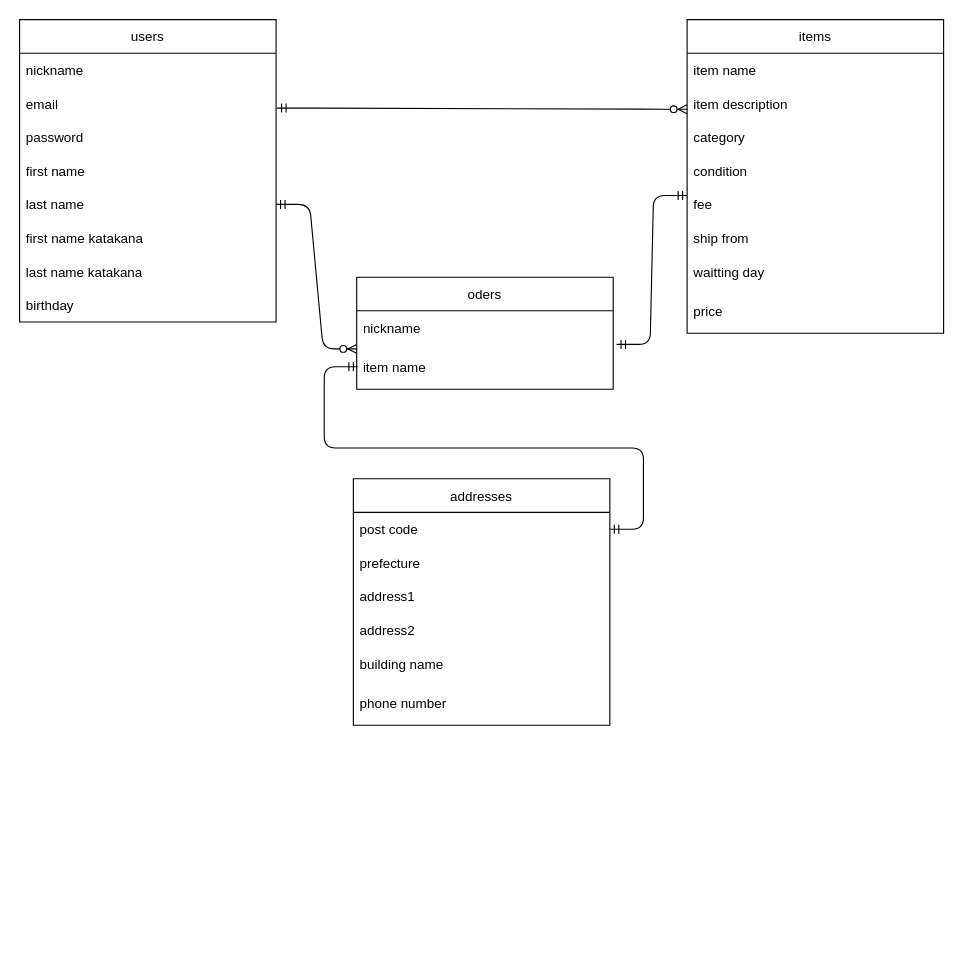
mavel3215/furima-37919 keeps this draw.io diagram as ER drawing.dio. Above is the earlier version. Source tidied: cells renumbered, new cells numbered last; positions are measured from the earlier drawing's top-left corner, leaving out a move shared by most shapes. Both pictures are drawn from the tidied source at 112%, with x=0, y=0 at pixel (19, 19).
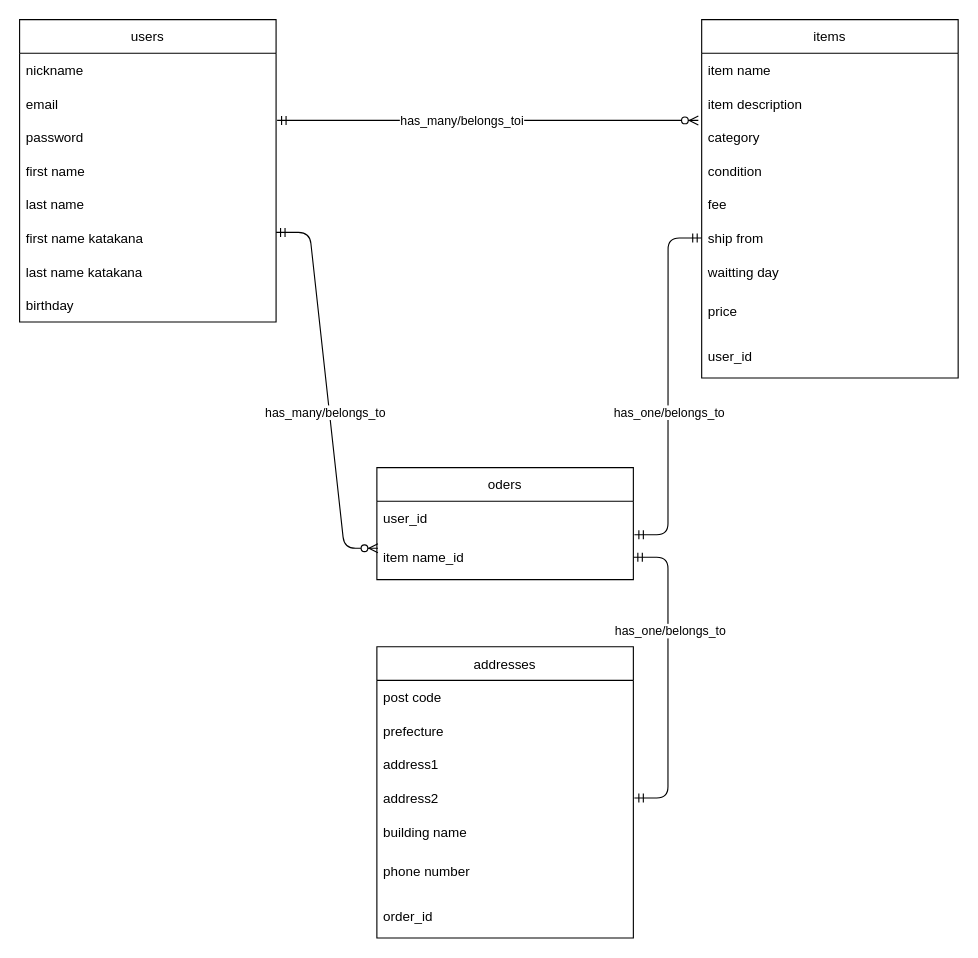
Above is the later version.

Unchanged cells that the change refers to:
```xml
<mxCell id="5" value="password" style="text;strokeColor=none;fillColor=none;align=left;verticalAlign=middle;spacingLeft=4;spacingRight=4;overflow=hidden;points=[[0,0.5],[1,0.5]];portConstraint=eastwest;" parent="2" vertex="1">
  <mxGeometry y="90" width="229" height="30" as="geometry" />
</mxCell>
<mxCell id="7" value="last name" style="text;strokeColor=none;fillColor=none;align=left;verticalAlign=middle;spacingLeft=4;spacingRight=4;overflow=hidden;points=[[0,0.5],[1,0.5]];portConstraint=eastwest;" parent="2" vertex="1">
  <mxGeometry y="150" width="229" height="30" as="geometry" />
</mxCell>
<mxCell id="14" value="category" style="text;strokeColor=none;fillColor=none;align=left;verticalAlign=middle;spacingLeft=4;spacingRight=4;overflow=hidden;points=[[0,0.5],[1,0.5]];portConstraint=eastwest;" parent="11" vertex="1">
  <mxGeometry y="90" width="229" height="30" as="geometry" />
</mxCell>
<mxCell id="17" value="ship from" style="text;strokeColor=none;fillColor=none;align=left;verticalAlign=middle;spacingLeft=4;spacingRight=4;overflow=hidden;points=[[0,0.5],[1,0.5]];portConstraint=eastwest;" parent="11" vertex="1">
  <mxGeometry y="180" width="229" height="30" as="geometry" />
</mxCell>
<mxCell id="27" value="post code" style="text;strokeColor=none;fillColor=none;align=left;verticalAlign=middle;spacingLeft=4;spacingRight=4;overflow=hidden;points=[[0,0.5],[1,0.5]];portConstraint=eastwest;" parent="26" vertex="1">
  <mxGeometry y="30" width="229" height="30" as="geometry" />
</mxCell>
```

The edit, as a diff of the source:
```diff
@@
     <mxCell id="11" value="items" style="swimlane;fontStyle=0;horizontal=1;startSize=30;" parent="1" vertex="1">
-      <mxGeometry x="596" width="229" height="280" as="geometry" />
+      <mxGeometry x="609" width="229" height="320" as="geometry" />
     </mxCell>
@@
+    <mxCell id="34" value="user_id" style="text;strokeColor=none;fillColor=none;align=left;verticalAlign=middle;spacingLeft=4;spacingRight=4;overflow=hidden;" parent="11" vertex="1">
+      <mxGeometry y="280" width="229" height="40" as="geometry" />
+    </mxCell>
     <mxCell id="20" value="oders" style="swimlane;fontStyle=0;horizontal=1;startSize=30;" parent="1" vertex="1">
-      <mxGeometry x="301" y="230" width="229" height="100" as="geometry" />
+      <mxGeometry x="319" y="400" width="229" height="100" as="geometry" />
     </mxCell>
-    <mxCell id="21" value="nickname" style="text;strokeColor=none;fillColor=none;align=left;verticalAlign=middle;spacingLeft=4;spacingRight=4;overflow=hidden;points=[[0,0.5],[1,0.5]];portConstraint=eastwest;" parent="20" vertex="1">
+    <mxCell id="21" value="user_id" style="text;strokeColor=none;fillColor=none;align=left;verticalAlign=middle;spacingLeft=4;spacingRight=4;overflow=hidden;points=[[0,0.5],[1,0.5]];portConstraint=eastwest;" parent="20" vertex="1">
       <mxGeometry y="30" width="229" height="30" as="geometry" />
     </mxCell>
-    <mxCell id="22" value="item name" style="text;strokeColor=none;fillColor=none;align=left;verticalAlign=middle;spacingLeft=4;spacingRight=4;overflow=hidden;points=[[0,0.5],[1,0.5]];portConstraint=eastwest;" parent="20" vertex="1">
+    <mxCell id="22" value="item name_id" style="text;strokeColor=none;fillColor=none;align=left;verticalAlign=middle;spacingLeft=4;spacingRight=4;overflow=hidden;points=[[0,0.5],[1,0.5]];portConstraint=eastwest;" parent="20" vertex="1">
       <mxGeometry y="60" width="229" height="40" as="geometry" />
     </mxCell>
-    <mxCell id="23" style="edgeStyle=entityRelationEdgeStyle;fontSize=12;html=1;endArrow=ERzeroToMany;startArrow=ERmandOne;entryX=0;entryY=0.1;entryDx=0;entryDy=0;entryPerimeter=0;exitX=1.004;exitY=0.067;exitDx=0;exitDy=0;exitPerimeter=0;" parent="1" edge="1">
-      <mxGeometry relative="1" as="geometry">
-        <mxPoint x="229.9" y="79" as="sourcePoint" />
-        <mxPoint x="596" y="80" as="targetPoint" />
-      </mxGeometry>
+    <mxCell id="23" style="edgeStyle=entityRelationEdgeStyle;fontSize=12;html=1;endArrow=ERzeroToMany;startArrow=ERmandOne;exitX=1.004;exitY=0;exitDx=0;exitDy=0;exitPerimeter=0;entryX=-0.013;entryY=0;entryDx=0;entryDy=0;entryPerimeter=0;" parent="1" edge="1" source="5" target="14">
+      <mxGeometry relative="1" as="geometry" />
     </mxCell>
-    <mxCell id="24" style="edgeStyle=entityRelationEdgeStyle;fontSize=12;html=1;endArrow=ERmandOne;startArrow=ERmandOne;exitX=1.013;exitY=0;exitDx=0;exitDy=0;exitPerimeter=0;" parent="1" edge="1" source="22">
-      <mxGeometry relative="1" as="geometry">
-        <mxPoint x="596" y="157" as="targetPoint" />
-      </mxGeometry>
-    </mxCell>
-    <mxCell id="25" style="edgeStyle=entityRelationEdgeStyle;fontSize=12;html=1;endArrow=ERzeroToMany;startArrow=ERmandOne;entryX=0;entryY=0.1;entryDx=0;entryDy=0;exitX=1;exitY=0.5;exitDx=0;exitDy=0;entryPerimeter=0;" parent="1" edge="1" source="7" target="22">
-      <mxGeometry relative="1" as="geometry" />
-    </mxCell>
+    <mxCell id="35" value="has_many/belongs_toi" style="edgeLabel;html=1;align=center;verticalAlign=middle;" parent="23" vertex="1">
+      <mxGeometry x="-0.12" relative="1" as="geometry" />
+    </mxCell>
     <mxCell id="26" value="addresses" style="swimlane;fontStyle=0;horizontal=1;startSize=30;" parent="1" vertex="1">
-      <mxGeometry x="298" y="410" width="229" height="220" as="geometry" />
+      <mxGeometry x="319" y="560" width="229" height="260" as="geometry" />
     </mxCell>
@@
-    <mxCell id="33" style="edgeStyle=entityRelationEdgeStyle;fontSize=12;html=1;endArrow=ERmandOne;startArrow=ERmandOne;exitX=1;exitY=0.5;exitDx=0;exitDy=0;" parent="1" edge="1" source="27">
-      <mxGeometry relative="1" as="geometry">
-        <mxPoint x="302" y="310" as="targetPoint" />
-      </mxGeometry>
-    </mxCell>
+    <mxCell id="36" value="order_id" style="text;strokeColor=none;fillColor=none;align=left;verticalAlign=middle;spacingLeft=4;spacingRight=4;overflow=hidden;" parent="26" vertex="1">
+      <mxGeometry y="220" width="229" height="40" as="geometry" />
+    </mxCell>
+    <mxCell id="37" style="edgeStyle=entityRelationEdgeStyle;fontSize=12;html=1;endArrow=ERzeroToMany;startArrow=ERmandOne;exitX=1.004;exitY=0;exitDx=0;exitDy=0;exitPerimeter=0;entryX=0.004;entryY=0.3;entryDx=0;entryDy=0;entryPerimeter=0;" parent="1" edge="1" target="22">
+      <mxGeometry relative="1" as="geometry">
+        <mxPoint x="229" y="190" as="sourcePoint" />
+      </mxGeometry>
+    </mxCell>
+    <mxCell id="38" value="has_many/belongs_to" style="edgeLabel;html=1;align=center;verticalAlign=middle;" parent="37" vertex="1">
+      <mxGeometry x="-0.12" relative="1" as="geometry">
+        <mxPoint y="40" as="offset" />
+      </mxGeometry>
+    </mxCell>
+    <mxCell id="39" style="edgeStyle=entityRelationEdgeStyle;fontSize=12;html=1;endArrow=ERmandOne;startArrow=ERmandOne;exitX=1.004;exitY=1;exitDx=0;exitDy=0;exitPerimeter=0;entryX=0;entryY=0.5;entryDx=0;entryDy=0;" parent="1" edge="1" source="21" target="17">
+      <mxGeometry relative="1" as="geometry" />
+    </mxCell>
+    <mxCell id="40" value="has_one/belongs_to" style="edgeLabel;html=1;align=center;verticalAlign=middle;" parent="39" vertex="1">
+      <mxGeometry x="0.09" y="-1" relative="1" as="geometry">
+        <mxPoint y="37" as="offset" />
+      </mxGeometry>
+    </mxCell>
+    <mxCell id="41" style="edgeStyle=entityRelationEdgeStyle;fontSize=12;html=1;endArrow=ERmandOne;startArrow=ERmandOne;exitX=1.004;exitY=1;exitDx=0;exitDy=0;exitPerimeter=0;entryX=1;entryY=0.5;entryDx=0;entryDy=0;" parent="1" edge="1" target="22">
+      <mxGeometry relative="1" as="geometry">
+        <mxPoint x="548.9" y="695" as="sourcePoint" />
+      </mxGeometry>
+    </mxCell>
+    <mxCell id="42" value="has_one/belongs_to" style="edgeLabel;html=1;align=center;verticalAlign=middle;" parent="41" vertex="1">
+      <mxGeometry x="-0.12" y="-2" relative="1" as="geometry">
+        <mxPoint y="-59" as="offset" />
+      </mxGeometry>
+    </mxCell>
```
